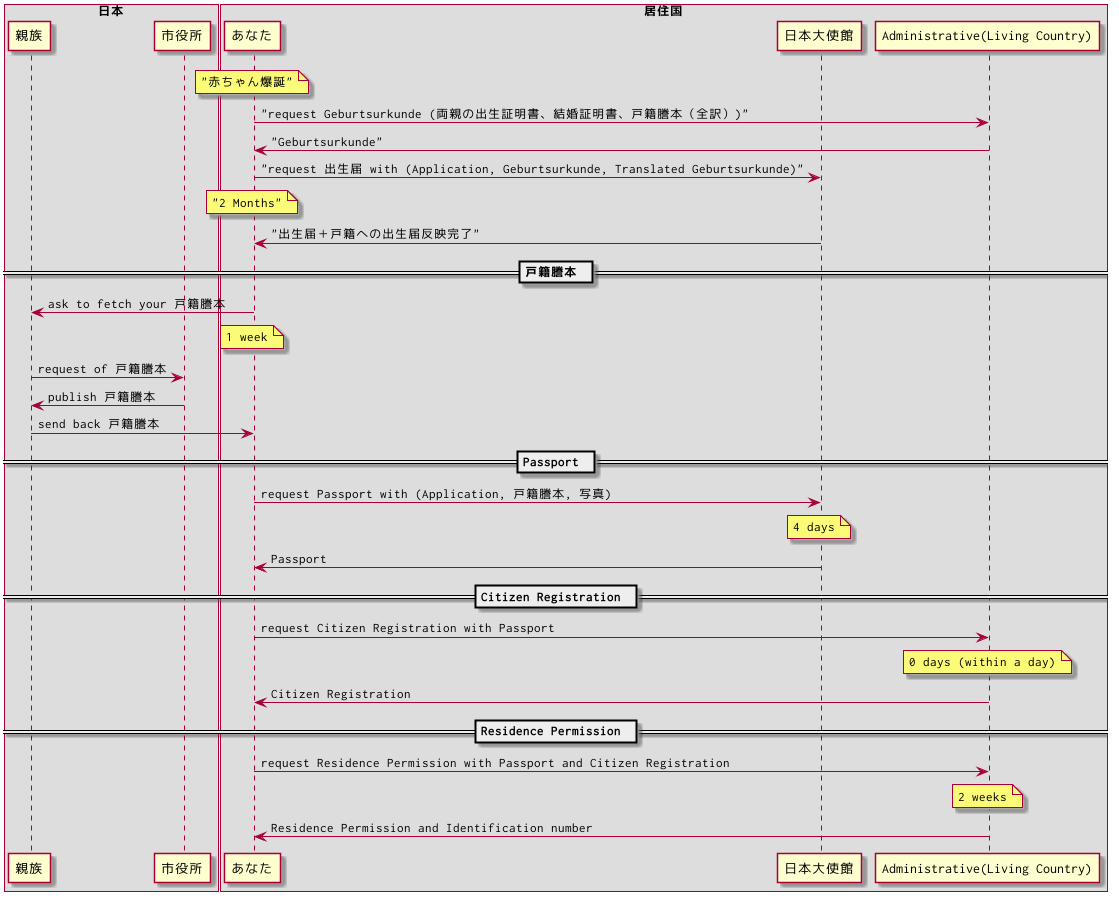
camparijet/camparijet.github.io keeps this PlantUML diagram as .hugo/static/ox-hugo/ja_sequence_baby_authorization.png. Above is the earlier version.
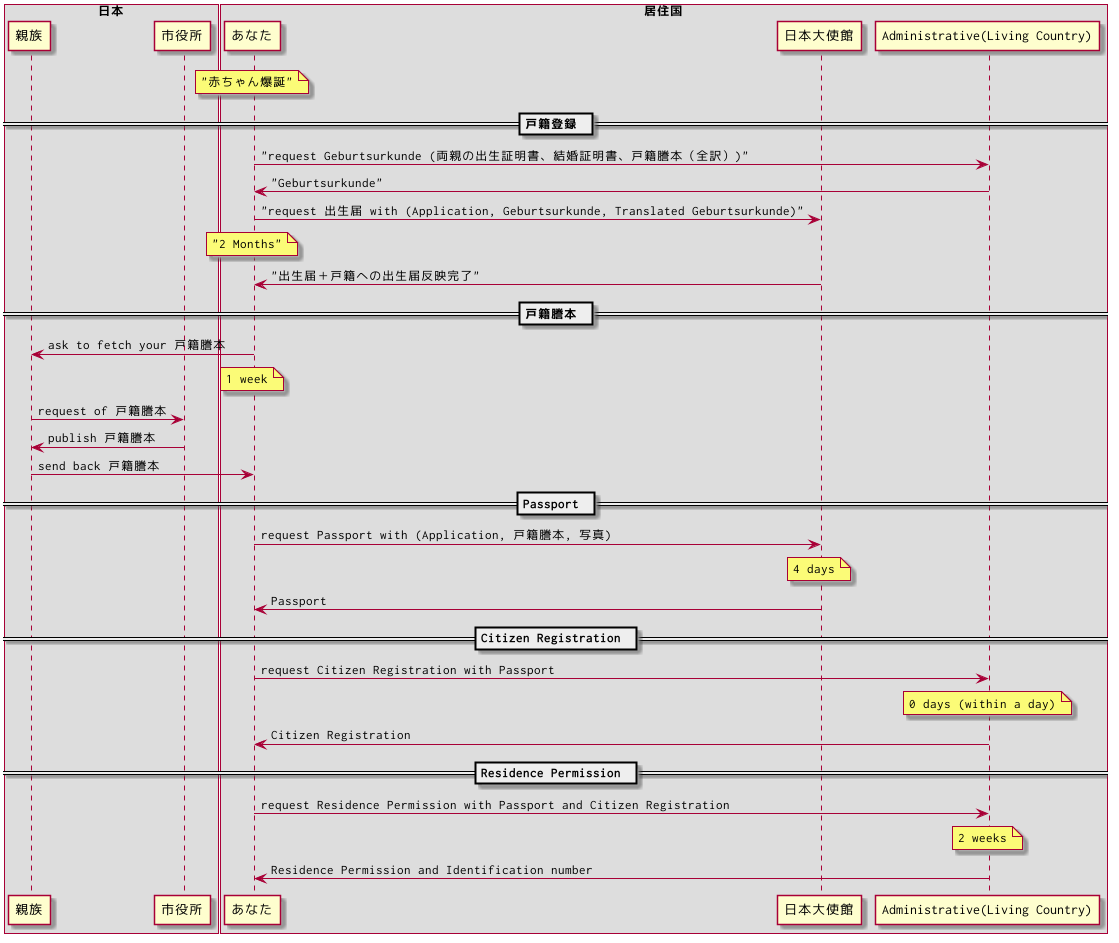
Later version of the same file.

Diff of the diagram source:
```diff
@@ -12,6 +12,7 @@
 end box
 
 note over You: "赤ちゃん爆誕"
+== 戸籍登録 ==
 You->living: "request Geburtsurkunde (両親の出生証明書、結婚証明書、戸籍謄本（全訳）)"
 living->You: "Geburtsurkunde"
 You->Embassy: "request 出生届 with (Application, Geburtsurkunde, Translated Geburtsurkunde)"
```
